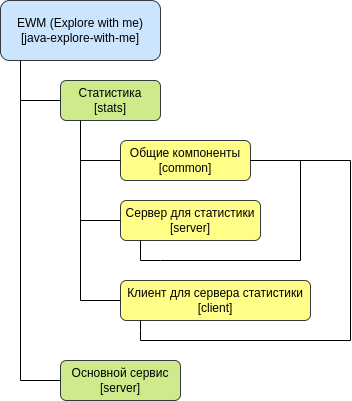
This is readme/project_architecture.png from BucketOnHead/java-explore-with-me, a draw.io export, as it was before one commit. Source tidied: cells renumbered, new cells last; positions are measured from the earlier drawing's top-left corner, leaving out a move shared by most shapes.
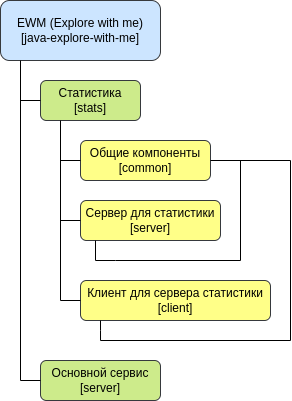
Above is the later version.

The edit, as a diff of the source:
```diff
@@ -3,117 +3,111 @@
     <mxCell id="0" />
     <mxCell id="1" parent="0" />
     <mxCell id="2" value="EWM (Explore with me)&lt;br&gt;[java-explore-with-me]" style="rounded=1;whiteSpace=wrap;html=1;fillColor=#cce5ff;strokeColor=#36393d;" parent="1" vertex="1">
-      <mxGeometry width="160" height="60" as="geometry" />
+      <mxGeometry x="-640" y="240" width="160" height="60" as="geometry" />
     </mxCell>
     <mxCell id="3" value="Статистика&lt;br&gt;[stats]" style="rounded=1;whiteSpace=wrap;html=1;fillColor=#cdeb8b;strokeColor=#36393d;" parent="1" vertex="1">
-      <mxGeometry x="60" y="80" width="100" height="40" as="geometry" />
+      <mxGeometry x="-600" y="320" width="100" height="40" as="geometry" />
     </mxCell>
     <mxCell id="4" value="Основной сервис&lt;br&gt;[server]" style="rounded=1;whiteSpace=wrap;html=1;fillColor=#cdeb8b;strokeColor=#36393d;" parent="1" vertex="1">
-      <mxGeometry x="60" y="360" width="120" height="40" as="geometry" />
+      <mxGeometry x="-600" y="600" width="120" height="40" as="geometry" />
     </mxCell>
     <mxCell id="5" value="Сервер для статистики&lt;br&gt;[server]" style="rounded=1;whiteSpace=wrap;html=1;fillColor=#ffff88;strokeColor=#36393d;" parent="1" vertex="1">
-      <mxGeometry x="120" y="200" width="140" height="40" as="geometry" />
+      <mxGeometry x="-560" y="440" width="140" height="40" as="geometry" />
     </mxCell>
     <mxCell id="6" value="Клиент для сервера статистики&lt;br style=&quot;border-color: var(--border-color);&quot;&gt;[client]" style="rounded=1;whiteSpace=wrap;html=1;fillColor=#ffff88;strokeColor=#36393d;" parent="1" vertex="1">
-      <mxGeometry x="120" y="280" width="190" height="40" as="geometry" />
+      <mxGeometry x="-560" y="520" width="190" height="40" as="geometry" />
     </mxCell>
     <mxCell id="7" value="Общие компоненты&lt;br&gt;[common]" style="rounded=1;whiteSpace=wrap;html=1;fillColor=#ffff88;strokeColor=#36393d;" parent="1" vertex="1">
-      <mxGeometry x="120" y="140" width="130" height="40" as="geometry" />
+      <mxGeometry x="-560" y="380" width="130" height="40" as="geometry" />
     </mxCell>
-    <mxCell id="8" style="endArrow=none;html=1;rounded=0;entryX=0;entryY=0.5;entryDx=0;entryDy=0;" parent="1" edge="1">
-      <mxGeometry relative="1" as="geometry">
-        <mxPoint x="20" y="100" as="sourcePoint" />
-        <mxPoint x="60" y="100" as="targetPoint" />
-      </mxGeometry>
-    </mxCell>
-    <mxCell id="9" style="endArrow=none;html=1;rounded=0;entryX=0;entryY=0.5;entryDx=0;entryDy=0;" parent="1" edge="1" target="5">
-      <mxGeometry relative="1" as="geometry">
-        <mxPoint x="80" y="220" as="sourcePoint" />
-      </mxGeometry>
-    </mxCell>
-    <mxCell id="10" style="edgeStyle=orthogonalEdgeStyle;rounded=0;orthogonalLoop=1;jettySize=auto;html=1;exitX=0.5;exitY=1;exitDx=0;exitDy=0;" parent="1" edge="1">
-      <mxGeometry relative="1" as="geometry">
-        <mxPoint x="165" y="320" as="sourcePoint" />
-        <mxPoint x="165" y="320" as="targetPoint" />
-      </mxGeometry>
-    </mxCell>
-    <mxCell id="11" style="endArrow=none;html=1;rounded=0;entryX=0;entryY=0.5;entryDx=0;entryDy=0;" parent="1" edge="1" target="4">
-      <mxGeometry relative="1" as="geometry">
-        <mxPoint x="20" y="380" as="sourcePoint" />
-      </mxGeometry>
-    </mxCell>
-    <mxCell id="12" style="endArrow=none;html=1;rounded=0;entryX=0;entryY=0.5;entryDx=0;entryDy=0;" parent="1" edge="1" target="7">
-      <mxGeometry relative="1" as="geometry">
-        <mxPoint x="80" y="160" as="sourcePoint" />
-      </mxGeometry>
-    </mxCell>
-    <mxCell id="13" style="endArrow=none;html=1;rounded=0;" parent="1" edge="1">
-      <mxGeometry relative="1" as="geometry">
-        <mxPoint x="140.1" y="260" as="sourcePoint" />
-        <mxPoint x="300" y="260" as="targetPoint" />
-        <Array as="points">
-          <mxPoint x="160" y="260" />
-        </Array>
-      </mxGeometry>
-    </mxCell>
-    <mxCell id="14" style="endArrow=none;html=1;rounded=0;" parent="1" edge="1">
-      <mxGeometry relative="1" as="geometry">
-        <mxPoint x="140" y="340" as="sourcePoint" />
-        <mxPoint x="350" y="340" as="targetPoint" />
-      </mxGeometry>
-    </mxCell>
-    <mxCell id="15" style="endArrow=none;html=1;rounded=0;entryX=0.111;entryY=1;entryDx=0;entryDy=0;entryPerimeter=0;" parent="1" edge="1">
-      <mxGeometry relative="1" as="geometry">
-        <mxPoint x="140" y="340" as="sourcePoint" />
-        <mxPoint x="140" y="320" as="targetPoint" />
-        <Array as="points">
-          <mxPoint x="140" y="330" />
-        </Array>
-      </mxGeometry>
-    </mxCell>
-    <mxCell id="16" style="endArrow=none;html=1;rounded=0;entryX=0.071;entryY=1;entryDx=0;entryDy=0;entryPerimeter=0;" parent="1" edge="1">
-      <mxGeometry relative="1" as="geometry">
-        <mxPoint x="140" y="260" as="sourcePoint" />
-        <mxPoint x="140" y="240" as="targetPoint" />
-      </mxGeometry>
-    </mxCell>
-    <mxCell id="17" style="endArrow=none;html=1;rounded=0;entryX=0;entryY=0.5;entryDx=0;entryDy=0;" parent="1" edge="1" target="6">
-      <mxGeometry relative="1" as="geometry">
-        <mxPoint x="80" y="300" as="sourcePoint" />
-      </mxGeometry>
-    </mxCell>
-    <mxCell id="18" style="endArrow=none;html=1;rounded=0;entryX=0.125;entryY=1;entryDx=0;entryDy=0;entryPerimeter=0;" parent="1" edge="1" target="2">
-      <mxGeometry relative="1" as="geometry">
-        <mxPoint x="20" y="380" as="sourcePoint" />
-      </mxGeometry>
-    </mxCell>
-    <mxCell id="19" style="endArrow=none;html=1;rounded=0;entryX=0.2;entryY=1;entryDx=0;entryDy=0;entryPerimeter=0;" parent="1" edge="1">
-      <mxGeometry relative="1" as="geometry">
-        <mxPoint x="80" y="300" as="sourcePoint" />
-        <mxPoint x="80" y="120" as="targetPoint" />
-      </mxGeometry>
-    </mxCell>
-    <mxCell id="20" style="endArrow=none;html=1;rounded=0;" parent="1" edge="1">
-      <mxGeometry relative="1" as="geometry">
-        <mxPoint x="300" y="260" as="sourcePoint" />
-        <mxPoint x="300" y="160" as="targetPoint" />
-      </mxGeometry>
-    </mxCell>
-    <mxCell id="21" style="endArrow=none;html=1;rounded=0;exitX=1;exitY=0.5;exitDx=0;exitDy=0;" parent="1" edge="1" source="7">
-      <mxGeometry relative="1" as="geometry">
-        <mxPoint x="300" y="160" as="targetPoint" />
-      </mxGeometry>
-    </mxCell>
-    <mxCell id="22" style="endArrow=none;html=1;rounded=0;" parent="1" edge="1">
-      <mxGeometry relative="1" as="geometry">
-        <mxPoint x="350" y="340" as="sourcePoint" />
-        <mxPoint x="350" y="160" as="targetPoint" />
-      </mxGeometry>
-    </mxCell>
-    <mxCell id="23" style="endArrow=none;html=1;rounded=0;exitX=1;exitY=0.5;exitDx=0;exitDy=0;" parent="1" edge="1" source="7">
-      <mxGeometry relative="1" as="geometry">
-        <mxPoint x="350" y="160" as="targetPoint" />
-      </mxGeometry>
-    </mxCell>
+    <mxCell id="24" style="endArrow=none;html=1;rounded=0;" parent="1" edge="1">
+      <mxGeometry relative="1" as="geometry">
+        <mxPoint x="-620" y="340" as="sourcePoint" />
+        <mxPoint x="-600" y="340" as="targetPoint" />
+      </mxGeometry>
+    </mxCell>
+    <mxCell id="25" style="endArrow=none;html=1;rounded=0;entryX=0;entryY=0.5;entryDx=0;entryDy=0;" parent="1" edge="1" target="5">
+      <mxGeometry relative="1" as="geometry">
+        <mxPoint x="-580" y="460" as="sourcePoint" />
+      </mxGeometry>
+    </mxCell>
+    <mxCell id="26" style="edgeStyle=orthogonalEdgeStyle;rounded=0;orthogonalLoop=1;jettySize=auto;html=1;exitX=0.5;exitY=1;exitDx=0;exitDy=0;" parent="1" edge="1">
+      <mxGeometry relative="1" as="geometry">
+        <mxPoint x="-515" y="560" as="sourcePoint" />
+        <mxPoint x="-515" y="560" as="targetPoint" />
+      </mxGeometry>
+    </mxCell>
+    <mxCell id="27" style="endArrow=none;html=1;rounded=0;entryX=0;entryY=0.5;entryDx=0;entryDy=0;" parent="1" edge="1" target="4">
+      <mxGeometry relative="1" as="geometry">
+        <mxPoint x="-620" y="620" as="sourcePoint" />
+      </mxGeometry>
+    </mxCell>
+    <mxCell id="28" style="endArrow=none;html=1;rounded=0;entryX=0;entryY=0.5;entryDx=0;entryDy=0;" parent="1" edge="1" target="7">
+      <mxGeometry relative="1" as="geometry">
+        <mxPoint x="-580" y="400" as="sourcePoint" />
+      </mxGeometry>
+    </mxCell>
+    <mxCell id="29" style="endArrow=none;html=1;rounded=0;" parent="1" edge="1">
+      <mxGeometry relative="1" as="geometry">
+        <mxPoint x="-544.9" y="500" as="sourcePoint" />
+        <mxPoint x="-400" y="500" as="targetPoint" />
+        <Array as="points">
+          <mxPoint x="-525" y="500" />
+        </Array>
+      </mxGeometry>
+    </mxCell>
+    <mxCell id="30" style="endArrow=none;html=1;rounded=0;" parent="1" edge="1">
+      <mxGeometry relative="1" as="geometry">
+        <mxPoint x="-540" y="580" as="sourcePoint" />
+        <mxPoint x="-350" y="580" as="targetPoint" />
+      </mxGeometry>
+    </mxCell>
+    <mxCell id="31" style="endArrow=none;html=1;rounded=0;entryX=0.111;entryY=1;entryDx=0;entryDy=0;entryPerimeter=0;" parent="1" edge="1">
+      <mxGeometry relative="1" as="geometry">
+        <mxPoint x="-540" y="580" as="sourcePoint" />
+        <mxPoint x="-540" y="560" as="targetPoint" />
+        <Array as="points">
+          <mxPoint x="-540" y="570" />
+        </Array>
+      </mxGeometry>
+    </mxCell>
+    <mxCell id="32" style="endArrow=none;html=1;rounded=0;entryX=0.071;entryY=1;entryDx=0;entryDy=0;entryPerimeter=0;" parent="1" edge="1">
+      <mxGeometry relative="1" as="geometry">
+        <mxPoint x="-545" y="500" as="sourcePoint" />
+        <mxPoint x="-545" y="480" as="targetPoint" />
+      </mxGeometry>
+    </mxCell>
+    <mxCell id="33" style="endArrow=none;html=1;rounded=0;entryX=0;entryY=0.5;entryDx=0;entryDy=0;" parent="1" edge="1" target="6">
+      <mxGeometry relative="1" as="geometry">
+        <mxPoint x="-580" y="540" as="sourcePoint" />
+      </mxGeometry>
+    </mxCell>
+    <mxCell id="34" style="endArrow=none;html=1;rounded=0;entryX=0.125;entryY=1;entryDx=0;entryDy=0;entryPerimeter=0;" parent="1" edge="1" target="2">
+      <mxGeometry relative="1" as="geometry">
+        <mxPoint x="-620" y="620" as="sourcePoint" />
+      </mxGeometry>
+    </mxCell>
+    <mxCell id="35" style="endArrow=none;html=1;rounded=0;entryX=0.2;entryY=1;entryDx=0;entryDy=0;entryPerimeter=0;" parent="1" edge="1" target="3">
+      <mxGeometry relative="1" as="geometry">
+        <mxPoint x="-580" y="540" as="sourcePoint" />
+      </mxGeometry>
+    </mxCell>
+    <mxCell id="36" style="endArrow=none;html=1;rounded=0;" parent="1" edge="1">
+      <mxGeometry relative="1" as="geometry">
+        <mxPoint x="-400" y="500" as="sourcePoint" />
+        <mxPoint x="-400" y="400" as="targetPoint" />
+      </mxGeometry>
+    </mxCell>
+    <mxCell id="37" style="endArrow=none;html=1;rounded=0;" parent="1" edge="1">
+      <mxGeometry relative="1" as="geometry">
+        <mxPoint x="-350" y="580" as="sourcePoint" />
+        <mxPoint x="-350" y="400" as="targetPoint" />
+      </mxGeometry>
+    </mxCell>
+    <mxCell id="38" style="endArrow=none;html=1;rounded=0;exitX=1;exitY=0.5;exitDx=0;exitDy=0;" parent="1" edge="1" source="7">
+      <mxGeometry relative="1" as="geometry">
+        <mxPoint x="-350" y="400" as="targetPoint" />
+      </mxGeometry>
+    </mxCell>
   </root>
 </mxGraphModel>
```
